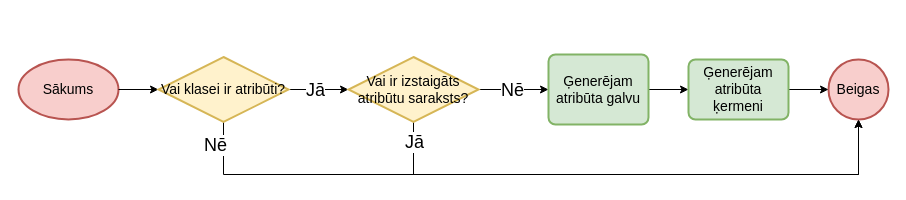
Earlier version of the draw.io diagram page "Atribūtu ģenerēšana" (4 of 6) of src/Qualification project/Documentation/Diagrammas/Ģenerators.drawio (artiks12/webAppOS). Source tidied: cells renumbered, new cells numbered last; positions are measured from the earlier drawing's top-left corner, leaving out a move shared by most shapes. Both pictures are drawn from the tidied source at 100%, with x=0, y=0 at pixel (18, 54).
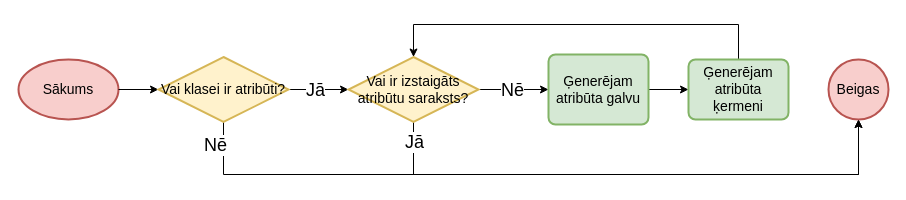
The same diagram, later.

Unchanged cells that the change refers to:
```xml
<mxCell id="11" value="Beigas" style="strokeWidth=2;html=1;shape=mxgraph.flowchart.start_2;whiteSpace=wrap;fontSize=14;fillColor=#f8cecc;strokeColor=#b85450;" parent="1" vertex="1">
  <mxGeometry x="810" y="5" width="60" height="60" as="geometry" />
</mxCell>
<mxCell id="15" value="Ģenerējam atribūta ķermeni" style="rounded=1;whiteSpace=wrap;html=1;absoluteArcSize=1;arcSize=14;strokeWidth=2;fontSize=14;fillColor=#d5e8d4;strokeColor=#82b366;" parent="1" vertex="1">
  <mxGeometry x="670" y="5" width="100" height="60" as="geometry" />
</mxCell>
<mxCell id="18" value="Vai ir izstaigāts atribūtu saraksts?" style="strokeWidth=2;html=1;shape=mxgraph.flowchart.decision;whiteSpace=wrap;fontSize=14;fillColor=#fff2cc;strokeColor=#d6b656;" parent="1" vertex="1">
  <mxGeometry x="330" y="2.5" width="130" height="65" as="geometry" />
</mxCell>
```

What changed in the source:
```diff
@@
-    <mxCell id="12" style="edgeStyle=orthogonalEdgeStyle;rounded=0;jettySize=auto;html=1;fontSize=18;exitX=1;exitY=0.5;exitDx=0;exitDy=0;" parent="1" edge="1" source="15" target="11">
-      <mxGeometry relative="1" as="geometry" />
+    <mxCell id="12" style="edgeStyle=orthogonalEdgeStyle;rounded=0;jettySize=auto;html=1;fontSize=18;exitX=0.5;exitY=0;exitDx=0;exitDy=0;entryX=0.5;entryY=0;entryDx=0;entryDy=0;entryPerimeter=0;" parent="1" edge="1" source="15" target="18">
+      <mxGeometry relative="1" as="geometry">
+        <Array as="points">
+          <mxPoint x="720" y="-30" />
+          <mxPoint x="395" y="-30" />
+        </Array>
+      </mxGeometry>
     </mxCell>
```
